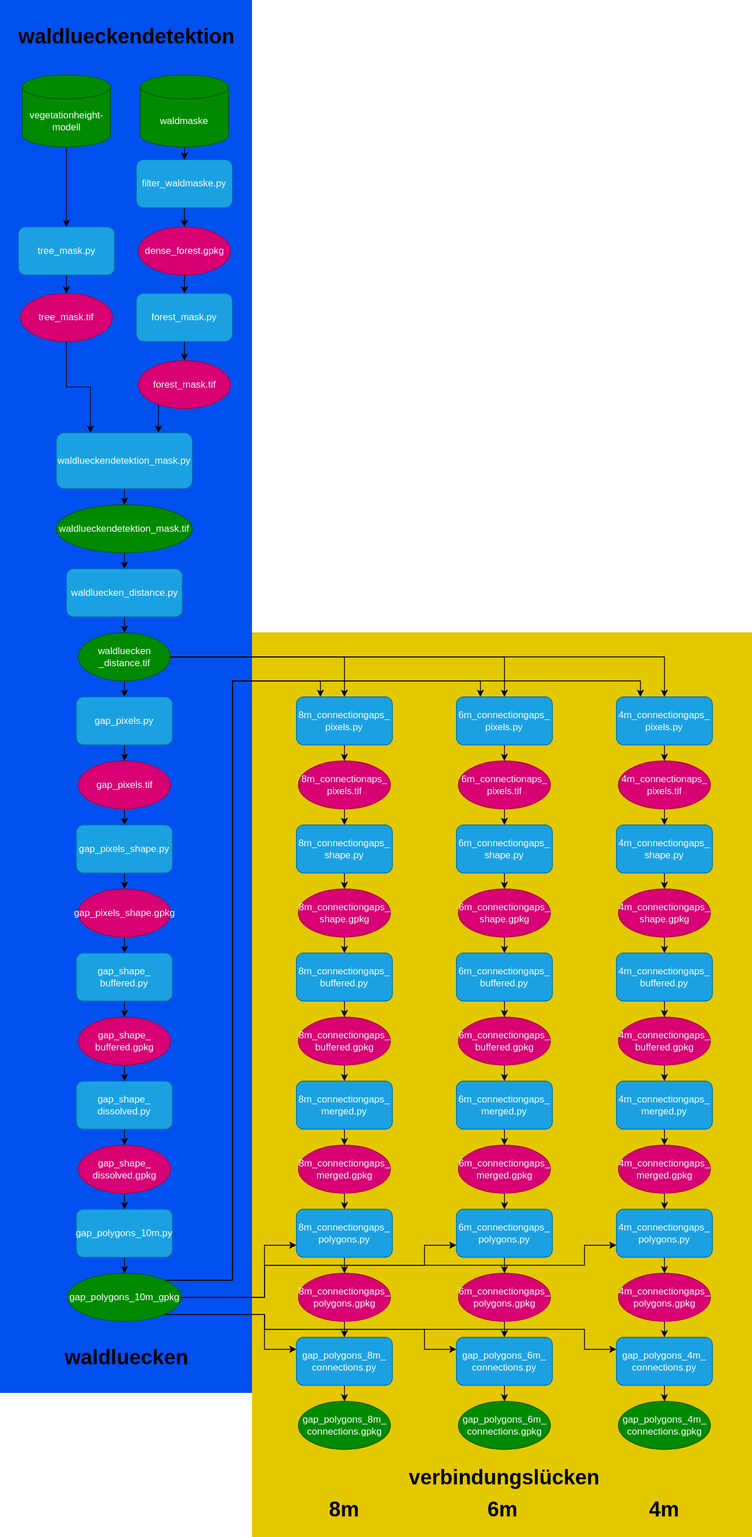
Earlier version of the draw.io export Lueckendetektion_scripts.drawio.svg (liobio72/Lueckendetektion). Source tidied: cells renumbered, new cells last; positions are measured from the earlier drawing's top-left corner, leaving out a move shared by most shapes.
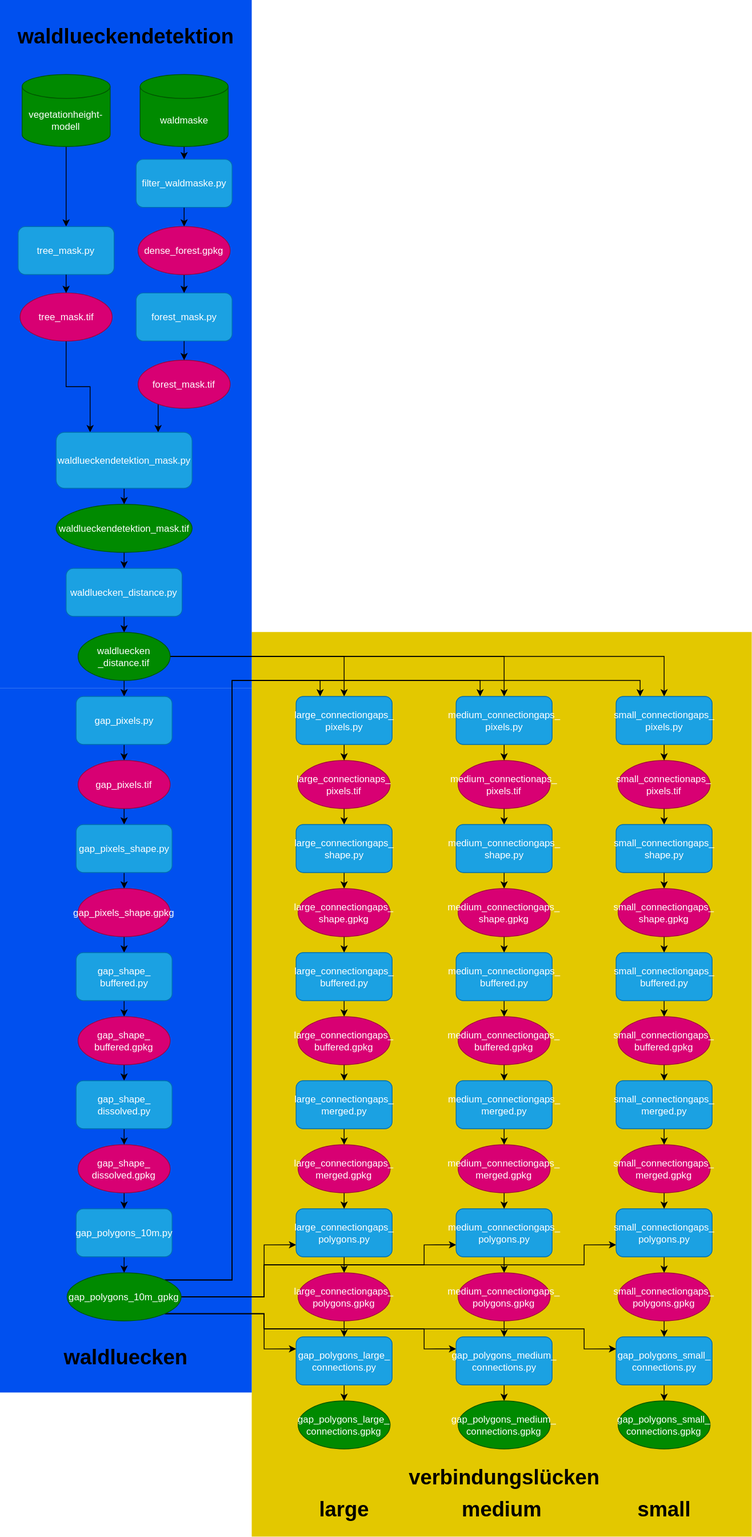
After the commit.

Change to the diagram source:
```diff
@@ -251,3 +251,3 @@
     </mxCell>
-    <mxCell id="63" value="8m_connectionaps_&lt;div&gt;pixels.tif&lt;/div&gt;" style="ellipse;whiteSpace=wrap;html=1;fillColor=#d80073;fontColor=#ffffff;strokeColor=#A50040;" parent="1" vertex="1">
+    <mxCell id="63" value="large_connectionaps_&lt;div&gt;pixels.tif&lt;/div&gt;" style="ellipse;whiteSpace=wrap;html=1;fillColor=#d80073;fontColor=#ffffff;strokeColor=#A50040;" parent="1" vertex="1">
       <mxGeometry x="702.5" y="950" width="115" height="60" as="geometry" />
@@ -257,3 +257,3 @@
     </mxCell>
-    <mxCell id="65" value="8m_connectiongaps_&lt;div&gt;shape.py&lt;/div&gt;" style="rounded=1;whiteSpace=wrap;html=1;fillColor=#1ba1e2;fontColor=#ffffff;strokeColor=#006EAF;" parent="1" vertex="1">
+    <mxCell id="65" value="large_connectiongaps_&lt;div&gt;shape.py&lt;/div&gt;" style="rounded=1;whiteSpace=wrap;html=1;fillColor=#1ba1e2;fontColor=#ffffff;strokeColor=#006EAF;" parent="1" vertex="1">
       <mxGeometry x="700" y="1030" width="120" height="60" as="geometry" />
@@ -263,3 +263,3 @@
     </mxCell>
-    <mxCell id="67" value="8m_connectiongaps_&lt;div&gt;shape.gpkg&lt;/div&gt;" style="ellipse;whiteSpace=wrap;html=1;fillColor=#d80073;fontColor=#ffffff;strokeColor=#A50040;" parent="1" vertex="1">
+    <mxCell id="67" value="large_connectiongaps_&lt;div&gt;shape.gpkg&lt;/div&gt;" style="ellipse;whiteSpace=wrap;html=1;fillColor=#d80073;fontColor=#ffffff;strokeColor=#A50040;" parent="1" vertex="1">
       <mxGeometry x="702.5" y="1110" width="115" height="60" as="geometry" />
@@ -269,3 +269,3 @@
     </mxCell>
-    <mxCell id="69" value="8m_connectiongaps_&lt;div&gt;buffered.py&lt;/div&gt;" style="rounded=1;whiteSpace=wrap;html=1;fillColor=#1ba1e2;fontColor=#ffffff;strokeColor=#006EAF;" parent="1" vertex="1">
+    <mxCell id="69" value="large_connectiongaps_&lt;div&gt;buffered.py&lt;/div&gt;" style="rounded=1;whiteSpace=wrap;html=1;fillColor=#1ba1e2;fontColor=#ffffff;strokeColor=#006EAF;" parent="1" vertex="1">
       <mxGeometry x="700" y="1190" width="120" height="60" as="geometry" />
@@ -275,3 +275,3 @@
     </mxCell>
-    <mxCell id="71" value="8m_connectiongaps_&lt;div&gt;buffered.gpkg&lt;/div&gt;" style="ellipse;whiteSpace=wrap;html=1;fillColor=#d80073;fontColor=#ffffff;strokeColor=#A50040;" parent="1" vertex="1">
+    <mxCell id="71" value="large_connectiongaps_&lt;div&gt;buffered.gpkg&lt;/div&gt;" style="ellipse;whiteSpace=wrap;html=1;fillColor=#d80073;fontColor=#ffffff;strokeColor=#A50040;" parent="1" vertex="1">
       <mxGeometry x="702.5" y="1270" width="115" height="60" as="geometry" />
@@ -281,3 +281,3 @@
     </mxCell>
-    <mxCell id="73" value="8m_connectiongaps_&lt;div&gt;polygons.py&lt;/div&gt;" style="rounded=1;whiteSpace=wrap;html=1;fillColor=#1ba1e2;fontColor=#ffffff;strokeColor=#006EAF;" parent="1" vertex="1">
+    <mxCell id="73" value="large_connectiongaps_&lt;div&gt;polygons.py&lt;/div&gt;" style="rounded=1;whiteSpace=wrap;html=1;fillColor=#1ba1e2;fontColor=#ffffff;strokeColor=#006EAF;" parent="1" vertex="1">
       <mxGeometry x="700" y="1510" width="120" height="60" as="geometry" />
@@ -287,3 +287,3 @@
     </mxCell>
-    <mxCell id="75" value="8m_connectiongaps_&lt;div&gt;merged.py&lt;/div&gt;" style="rounded=1;whiteSpace=wrap;html=1;fillColor=#1ba1e2;fontColor=#ffffff;strokeColor=#006EAF;" parent="1" vertex="1">
+    <mxCell id="75" value="large_connectiongaps_&lt;div&gt;merged.py&lt;/div&gt;" style="rounded=1;whiteSpace=wrap;html=1;fillColor=#1ba1e2;fontColor=#ffffff;strokeColor=#006EAF;" parent="1" vertex="1">
       <mxGeometry x="700" y="1350" width="120" height="60" as="geometry" />
@@ -293,3 +293,3 @@
     </mxCell>
-    <mxCell id="77" value="8m_connectiongaps_&lt;div&gt;&lt;span style=&quot;background-color: transparent; color: light-dark(rgb(255, 255, 255), rgb(18, 18, 18));&quot;&gt;merged.gpkg&lt;/span&gt;&lt;/div&gt;" style="ellipse;whiteSpace=wrap;html=1;fillColor=#d80073;fontColor=#ffffff;strokeColor=#A50040;" parent="1" vertex="1">
+    <mxCell id="77" value="large_connectiongaps_&lt;div&gt;&lt;span style=&quot;background-color: transparent; color: light-dark(rgb(255, 255, 255), rgb(18, 18, 18));&quot;&gt;merged.gpkg&lt;/span&gt;&lt;/div&gt;" style="ellipse;whiteSpace=wrap;html=1;fillColor=#d80073;fontColor=#ffffff;strokeColor=#A50040;" parent="1" vertex="1">
       <mxGeometry x="702.5" y="1430" width="115" height="60" as="geometry" />
@@ -299,6 +299,6 @@
     </mxCell>
-    <mxCell id="79" value="gap_polygons_8m_&lt;div&gt;connections.py&lt;/div&gt;" style="rounded=1;whiteSpace=wrap;html=1;fillColor=#1ba1e2;fontColor=#ffffff;strokeColor=#006EAF;" parent="1" vertex="1">
+    <mxCell id="79" value="gap_polygons_large_&lt;div&gt;connections.py&lt;/div&gt;" style="rounded=1;whiteSpace=wrap;html=1;fillColor=#1ba1e2;fontColor=#ffffff;strokeColor=#006EAF;" parent="1" vertex="1">
       <mxGeometry x="700" y="1670" width="120" height="60" as="geometry" />
     </mxCell>
-    <mxCell id="80" value="gap_polygons_8m_&lt;div&gt;connections.gpkg&lt;/div&gt;" style="ellipse;whiteSpace=wrap;html=1;fillColor=#008a00;fontColor=#ffffff;strokeColor=#005700;" parent="1" vertex="1">
+    <mxCell id="80" value="gap_polygons_large_&lt;div&gt;connections.gpkg&lt;/div&gt;" style="ellipse;whiteSpace=wrap;html=1;fillColor=#008a00;fontColor=#ffffff;strokeColor=#005700;" parent="1" vertex="1">
       <mxGeometry x="702.5" y="1750" width="115" height="60" as="geometry" />
@@ -314,3 +314,3 @@
     </mxCell>
-    <mxCell id="84" value="8m_connectiongaps_&lt;div&gt;pixels.py&lt;/div&gt;" style="rounded=1;whiteSpace=wrap;html=1;fillColor=#1ba1e2;fontColor=#ffffff;strokeColor=#006EAF;" parent="1" vertex="1">
+    <mxCell id="84" value="large_connectiongaps_&lt;div&gt;pixels.py&lt;/div&gt;" style="rounded=1;whiteSpace=wrap;html=1;fillColor=#1ba1e2;fontColor=#ffffff;strokeColor=#006EAF;" parent="1" vertex="1">
       <mxGeometry x="700" y="870" width="120" height="60" as="geometry" />
@@ -320,3 +320,3 @@
     </mxCell>
-    <mxCell id="86" value="8m_connectiongaps_&lt;div&gt;polygons.gpkg&lt;/div&gt;" style="ellipse;whiteSpace=wrap;html=1;fillColor=#d80073;fontColor=#ffffff;strokeColor=#A50040;" parent="1" vertex="1">
+    <mxCell id="86" value="large_connectiongaps_&lt;div&gt;polygons.gpkg&lt;/div&gt;" style="ellipse;whiteSpace=wrap;html=1;fillColor=#d80073;fontColor=#ffffff;strokeColor=#A50040;" parent="1" vertex="1">
       <mxGeometry x="702.5" y="1590" width="115" height="60" as="geometry" />
@@ -326,3 +326,3 @@
     </mxCell>
-    <mxCell id="88" value="6m_connectionaps_&lt;div&gt;pixels.tif&lt;/div&gt;" style="ellipse;whiteSpace=wrap;html=1;fillColor=#d80073;fontColor=#ffffff;strokeColor=#A50040;" parent="1" vertex="1">
+    <mxCell id="88" value="medium_connectionaps_&lt;div&gt;pixels.tif&lt;/div&gt;" style="ellipse;whiteSpace=wrap;html=1;fillColor=#d80073;fontColor=#ffffff;strokeColor=#A50040;" parent="1" vertex="1">
       <mxGeometry x="902.5" y="950" width="115" height="60" as="geometry" />
@@ -332,3 +332,3 @@
     </mxCell>
-    <mxCell id="90" value="6m_connectiongaps_&lt;div&gt;shape.py&lt;/div&gt;" style="rounded=1;whiteSpace=wrap;html=1;fillColor=#1ba1e2;fontColor=#ffffff;strokeColor=#006EAF;" parent="1" vertex="1">
+    <mxCell id="90" value="medium_connectiongaps_&lt;div&gt;shape.py&lt;/div&gt;" style="rounded=1;whiteSpace=wrap;html=1;fillColor=#1ba1e2;fontColor=#ffffff;strokeColor=#006EAF;" parent="1" vertex="1">
       <mxGeometry x="900" y="1030" width="120" height="60" as="geometry" />
@@ -338,3 +338,3 @@
     </mxCell>
-    <mxCell id="92" value="6m_connectiongaps_&lt;div&gt;shape.gpkg&lt;/div&gt;" style="ellipse;whiteSpace=wrap;html=1;fillColor=#d80073;fontColor=#ffffff;strokeColor=#A50040;" parent="1" vertex="1">
+    <mxCell id="92" value="medium_connectiongaps_&lt;div&gt;shape.gpkg&lt;/div&gt;" style="ellipse;whiteSpace=wrap;html=1;fillColor=#d80073;fontColor=#ffffff;strokeColor=#A50040;" parent="1" vertex="1">
       <mxGeometry x="902.5" y="1110" width="115" height="60" as="geometry" />
@@ -344,3 +344,3 @@
     </mxCell>
-    <mxCell id="94" value="6m_connectiongaps_&lt;div&gt;buffered.py&lt;/div&gt;" style="rounded=1;whiteSpace=wrap;html=1;fillColor=#1ba1e2;fontColor=#ffffff;strokeColor=#006EAF;" parent="1" vertex="1">
+    <mxCell id="94" value="medium_connectiongaps_&lt;div&gt;buffered.py&lt;/div&gt;" style="rounded=1;whiteSpace=wrap;html=1;fillColor=#1ba1e2;fontColor=#ffffff;strokeColor=#006EAF;" parent="1" vertex="1">
       <mxGeometry x="900" y="1190" width="120" height="60" as="geometry" />
@@ -350,3 +350,3 @@
     </mxCell>
-    <mxCell id="96" value="6m_connectiongaps_&lt;div&gt;buffered.gpkg&lt;/div&gt;" style="ellipse;whiteSpace=wrap;html=1;fillColor=#d80073;fontColor=#ffffff;strokeColor=#A50040;" parent="1" vertex="1">
+    <mxCell id="96" value="medium_connectiongaps_&lt;div&gt;buffered.gpkg&lt;/div&gt;" style="ellipse;whiteSpace=wrap;html=1;fillColor=#d80073;fontColor=#ffffff;strokeColor=#A50040;" parent="1" vertex="1">
       <mxGeometry x="902.5" y="1270" width="115" height="60" as="geometry" />
@@ -356,3 +356,3 @@
     </mxCell>
-    <mxCell id="98" value="6m_connectiongaps_&lt;div&gt;polygons.py&lt;/div&gt;" style="rounded=1;whiteSpace=wrap;html=1;fillColor=#1ba1e2;fontColor=#ffffff;strokeColor=#006EAF;" parent="1" vertex="1">
+    <mxCell id="98" value="medium_connectiongaps_&lt;div&gt;polygons.py&lt;/div&gt;" style="rounded=1;whiteSpace=wrap;html=1;fillColor=#1ba1e2;fontColor=#ffffff;strokeColor=#006EAF;" parent="1" vertex="1">
       <mxGeometry x="900" y="1510" width="120" height="60" as="geometry" />
@@ -362,3 +362,3 @@
     </mxCell>
-    <mxCell id="100" value="6m_connectiongaps_&lt;div&gt;merged.py&lt;/div&gt;" style="rounded=1;whiteSpace=wrap;html=1;fillColor=#1ba1e2;fontColor=#ffffff;strokeColor=#006EAF;" parent="1" vertex="1">
+    <mxCell id="100" value="medium_connectiongaps_&lt;div&gt;merged.py&lt;/div&gt;" style="rounded=1;whiteSpace=wrap;html=1;fillColor=#1ba1e2;fontColor=#ffffff;strokeColor=#006EAF;" parent="1" vertex="1">
       <mxGeometry x="900" y="1350" width="120" height="60" as="geometry" />
@@ -368,3 +368,3 @@
     </mxCell>
-    <mxCell id="102" value="6m_connectiongaps_&lt;div&gt;&lt;span style=&quot;background-color: transparent; color: light-dark(rgb(255, 255, 255), rgb(18, 18, 18));&quot;&gt;merged.gpkg&lt;/span&gt;&lt;/div&gt;" style="ellipse;whiteSpace=wrap;html=1;fillColor=#d80073;fontColor=#ffffff;strokeColor=#A50040;" parent="1" vertex="1">
+    <mxCell id="102" value="medium_connectiongaps_&lt;div&gt;&lt;span style=&quot;background-color: transparent; color: light-dark(rgb(255, 255, 255), rgb(18, 18, 18));&quot;&gt;merged.gpkg&lt;/span&gt;&lt;/div&gt;" style="ellipse;whiteSpace=wrap;html=1;fillColor=#d80073;fontColor=#ffffff;strokeColor=#A50040;" parent="1" vertex="1">
       <mxGeometry x="902.5" y="1430" width="115" height="60" as="geometry" />
@@ -374,6 +374,6 @@
     </mxCell>
-    <mxCell id="104" value="gap_polygons_6m_&lt;div&gt;connections.py&lt;/div&gt;" style="rounded=1;whiteSpace=wrap;html=1;fillColor=#1ba1e2;fontColor=#ffffff;strokeColor=#006EAF;" parent="1" vertex="1">
+    <mxCell id="104" value="gap_polygons_medium_&lt;div&gt;connections.py&lt;/div&gt;" style="rounded=1;whiteSpace=wrap;html=1;fillColor=#1ba1e2;fontColor=#ffffff;strokeColor=#006EAF;" parent="1" vertex="1">
       <mxGeometry x="900" y="1670" width="120" height="60" as="geometry" />
     </mxCell>
-    <mxCell id="105" value="gap_polygons_6m_&lt;div&gt;connections.gpkg&lt;/div&gt;" style="ellipse;whiteSpace=wrap;html=1;fillColor=#008a00;fontColor=#ffffff;strokeColor=#005700;" parent="1" vertex="1">
+    <mxCell id="105" value="gap_polygons_medium_&lt;div&gt;connections.gpkg&lt;/div&gt;" style="ellipse;whiteSpace=wrap;html=1;fillColor=#008a00;fontColor=#ffffff;strokeColor=#005700;" parent="1" vertex="1">
       <mxGeometry x="902.5" y="1750" width="115" height="60" as="geometry" />
@@ -383,3 +383,3 @@
     </mxCell>
-    <mxCell id="107" value="6m_connectiongaps_&lt;div&gt;pixels.py&lt;/div&gt;" style="rounded=1;whiteSpace=wrap;html=1;fillColor=#1ba1e2;fontColor=#ffffff;strokeColor=#006EAF;" parent="1" vertex="1">
+    <mxCell id="107" value="medium_connectiongaps_&lt;div&gt;pixels.py&lt;/div&gt;" style="rounded=1;whiteSpace=wrap;html=1;fillColor=#1ba1e2;fontColor=#ffffff;strokeColor=#006EAF;" parent="1" vertex="1">
       <mxGeometry x="900" y="870" width="120" height="60" as="geometry" />
@@ -389,3 +389,3 @@
     </mxCell>
-    <mxCell id="109" value="6m_connectiongaps_&lt;div&gt;polygons.gpkg&lt;/div&gt;" style="ellipse;whiteSpace=wrap;html=1;fillColor=#d80073;fontColor=#ffffff;strokeColor=#A50040;" parent="1" vertex="1">
+    <mxCell id="109" value="medium_connectiongaps_&lt;div&gt;polygons.gpkg&lt;/div&gt;" style="ellipse;whiteSpace=wrap;html=1;fillColor=#d80073;fontColor=#ffffff;strokeColor=#A50040;" parent="1" vertex="1">
       <mxGeometry x="902.5" y="1590" width="115" height="60" as="geometry" />
@@ -395,3 +395,3 @@
     </mxCell>
-    <mxCell id="111" value="4m_connectionaps_&lt;div&gt;pixels.tif&lt;/div&gt;" style="ellipse;whiteSpace=wrap;html=1;fillColor=#d80073;fontColor=#ffffff;strokeColor=#A50040;" parent="1" vertex="1">
+    <mxCell id="111" value="small_connectionaps_&lt;div&gt;pixels.tif&lt;/div&gt;" style="ellipse;whiteSpace=wrap;html=1;fillColor=#d80073;fontColor=#ffffff;strokeColor=#A50040;" parent="1" vertex="1">
       <mxGeometry x="1102.5" y="950" width="115" height="60" as="geometry" />
@@ -401,3 +401,3 @@
     </mxCell>
-    <mxCell id="113" value="4m_connectiongaps_&lt;div&gt;shape.py&lt;/div&gt;" style="rounded=1;whiteSpace=wrap;html=1;fillColor=#1ba1e2;fontColor=#ffffff;strokeColor=#006EAF;" parent="1" vertex="1">
+    <mxCell id="113" value="small_connectiongaps_&lt;div&gt;shape.py&lt;/div&gt;" style="rounded=1;whiteSpace=wrap;html=1;fillColor=#1ba1e2;fontColor=#ffffff;strokeColor=#006EAF;" parent="1" vertex="1">
       <mxGeometry x="1100" y="1030" width="120" height="60" as="geometry" />
@@ -407,3 +407,3 @@
     </mxCell>
-    <mxCell id="115" value="4m_connectiongaps_&lt;div&gt;shape.gpkg&lt;/div&gt;" style="ellipse;whiteSpace=wrap;html=1;fillColor=#d80073;fontColor=#ffffff;strokeColor=#A50040;" parent="1" vertex="1">
+    <mxCell id="115" value="small_connectiongaps_&lt;div&gt;shape.gpkg&lt;/div&gt;" style="ellipse;whiteSpace=wrap;html=1;fillColor=#d80073;fontColor=#ffffff;strokeColor=#A50040;" parent="1" vertex="1">
       <mxGeometry x="1102.5" y="1110" width="115" height="60" as="geometry" />
@@ -413,3 +413,3 @@
     </mxCell>
-    <mxCell id="117" value="4m_connectiongaps_&lt;div&gt;buffered.py&lt;/div&gt;" style="rounded=1;whiteSpace=wrap;html=1;fillColor=#1ba1e2;fontColor=#ffffff;strokeColor=#006EAF;" parent="1" vertex="1">
+    <mxCell id="117" value="small_connectiongaps_&lt;div&gt;buffered.py&lt;/div&gt;" style="rounded=1;whiteSpace=wrap;html=1;fillColor=#1ba1e2;fontColor=#ffffff;strokeColor=#006EAF;" parent="1" vertex="1">
       <mxGeometry x="1100" y="1190" width="120" height="60" as="geometry" />
@@ -419,3 +419,3 @@
     </mxCell>
-    <mxCell id="119" value="4m_connectiongaps_&lt;div&gt;buffered.gpkg&lt;/div&gt;" style="ellipse;whiteSpace=wrap;html=1;fillColor=#d80073;fontColor=#ffffff;strokeColor=#A50040;" parent="1" vertex="1">
+    <mxCell id="119" value="small_connectiongaps_&lt;div&gt;buffered.gpkg&lt;/div&gt;" style="ellipse;whiteSpace=wrap;html=1;fillColor=#d80073;fontColor=#ffffff;strokeColor=#A50040;" parent="1" vertex="1">
       <mxGeometry x="1102.5" y="1270" width="115" height="60" as="geometry" />
@@ -425,3 +425,3 @@
     </mxCell>
-    <mxCell id="121" value="4m_connectiongaps_&lt;div&gt;polygons.py&lt;/div&gt;" style="rounded=1;whiteSpace=wrap;html=1;fillColor=#1ba1e2;fontColor=#ffffff;strokeColor=#006EAF;" parent="1" vertex="1">
+    <mxCell id="121" value="small_connectiongaps_&lt;div&gt;polygons.py&lt;/div&gt;" style="rounded=1;whiteSpace=wrap;html=1;fillColor=#1ba1e2;fontColor=#ffffff;strokeColor=#006EAF;" parent="1" vertex="1">
       <mxGeometry x="1100" y="1510" width="120" height="60" as="geometry" />
@@ -431,3 +431,3 @@
     </mxCell>
-    <mxCell id="123" value="4m_connectiongaps_&lt;div&gt;merged.py&lt;/div&gt;" style="rounded=1;whiteSpace=wrap;html=1;fillColor=#1ba1e2;fontColor=#ffffff;strokeColor=#006EAF;" parent="1" vertex="1">
+    <mxCell id="123" value="small_connectiongaps_&lt;div&gt;merged.py&lt;/div&gt;" style="rounded=1;whiteSpace=wrap;html=1;fillColor=#1ba1e2;fontColor=#ffffff;strokeColor=#006EAF;" parent="1" vertex="1">
       <mxGeometry x="1100" y="1350" width="120" height="60" as="geometry" />
@@ -437,3 +437,3 @@
     </mxCell>
-    <mxCell id="125" value="4m_connectiongaps_&lt;div&gt;&lt;span style=&quot;background-color: transparent; color: light-dark(rgb(255, 255, 255), rgb(18, 18, 18));&quot;&gt;merged.gpkg&lt;/span&gt;&lt;/div&gt;" style="ellipse;whiteSpace=wrap;html=1;fillColor=#d80073;fontColor=#ffffff;strokeColor=#A50040;" parent="1" vertex="1">
+    <mxCell id="125" value="small_connectiongaps_&lt;div&gt;&lt;span style=&quot;background-color: transparent; color: light-dark(rgb(255, 255, 255), rgb(18, 18, 18));&quot;&gt;merged.gpkg&lt;/span&gt;&lt;/div&gt;" style="ellipse;whiteSpace=wrap;html=1;fillColor=#d80073;fontColor=#ffffff;strokeColor=#A50040;" parent="1" vertex="1">
       <mxGeometry x="1102.5" y="1430" width="115" height="60" as="geometry" />
@@ -443,6 +443,6 @@
     </mxCell>
-    <mxCell id="127" value="gap_polygons_4m_&lt;div&gt;connections.py&lt;/div&gt;" style="rounded=1;whiteSpace=wrap;html=1;fillColor=#1ba1e2;fontColor=#ffffff;strokeColor=#006EAF;" parent="1" vertex="1">
+    <mxCell id="127" value="gap_polygons_small_&lt;div&gt;connections.py&lt;/div&gt;" style="rounded=1;whiteSpace=wrap;html=1;fillColor=#1ba1e2;fontColor=#ffffff;strokeColor=#006EAF;" parent="1" vertex="1">
       <mxGeometry x="1100" y="1670" width="120" height="60" as="geometry" />
     </mxCell>
-    <mxCell id="128" value="gap_polygons_4m_&lt;div&gt;connections.gpkg&lt;/div&gt;" style="ellipse;whiteSpace=wrap;html=1;fillColor=#008a00;fontColor=#ffffff;strokeColor=#005700;" parent="1" vertex="1">
+    <mxCell id="128" value="gap_polygons_small_&lt;div&gt;connections.gpkg&lt;/div&gt;" style="ellipse;whiteSpace=wrap;html=1;fillColor=#008a00;fontColor=#ffffff;strokeColor=#005700;" parent="1" vertex="1">
       <mxGeometry x="1102.5" y="1750" width="115" height="60" as="geometry" />
@@ -452,3 +452,3 @@
     </mxCell>
-    <mxCell id="130" value="4m_connectiongaps_&lt;div&gt;pixels.py&lt;/div&gt;" style="rounded=1;whiteSpace=wrap;html=1;fillColor=#1ba1e2;fontColor=#ffffff;strokeColor=#006EAF;" parent="1" vertex="1">
+    <mxCell id="130" value="small_connectiongaps_&lt;div&gt;pixels.py&lt;/div&gt;" style="rounded=1;whiteSpace=wrap;html=1;fillColor=#1ba1e2;fontColor=#ffffff;strokeColor=#006EAF;" parent="1" vertex="1">
       <mxGeometry x="1100" y="870" width="120" height="60" as="geometry" />
@@ -458,3 +458,3 @@
     </mxCell>
-    <mxCell id="132" value="4m_connectiongaps_&lt;div&gt;polygons.gpkg&lt;/div&gt;" style="ellipse;whiteSpace=wrap;html=1;fillColor=#d80073;fontColor=#ffffff;strokeColor=#A50040;" parent="1" vertex="1">
+    <mxCell id="132" value="small_connectiongaps_&lt;div&gt;polygons.gpkg&lt;/div&gt;" style="ellipse;whiteSpace=wrap;html=1;fillColor=#d80073;fontColor=#ffffff;strokeColor=#A50040;" parent="1" vertex="1">
       <mxGeometry x="1102.5" y="1590" width="115" height="60" as="geometry" />
@@ -470,9 +470,9 @@
     </mxCell>
-    <mxCell id="136" value="8m" style="text;html=1;whiteSpace=wrap;strokeColor=none;fillColor=none;align=center;verticalAlign=middle;rounded=0;fontStyle=1;fontSize=26;" parent="1" vertex="1">
+    <mxCell id="136" value="large" style="text;html=1;whiteSpace=wrap;strokeColor=none;fillColor=none;align=center;verticalAlign=middle;rounded=0;fontStyle=1;fontSize=26;" parent="1" vertex="1">
       <mxGeometry x="730" y="1870" width="60" height="30" as="geometry" />
     </mxCell>
-    <mxCell id="137" value="6m" style="text;html=1;whiteSpace=wrap;strokeColor=none;fillColor=none;align=center;verticalAlign=middle;rounded=0;fontStyle=1;fontSize=26;" parent="1" vertex="1">
+    <mxCell id="137" value="medium" style="text;html=1;whiteSpace=wrap;strokeColor=none;fillColor=none;align=center;verticalAlign=middle;rounded=0;fontStyle=1;fontSize=26;" parent="1" vertex="1">
       <mxGeometry x="927.5" y="1870" width="60" height="30" as="geometry" />
     </mxCell>
-    <mxCell id="138" value="4m" style="text;html=1;whiteSpace=wrap;strokeColor=none;fillColor=none;align=center;verticalAlign=middle;rounded=0;fontStyle=1;fontSize=26;" parent="1" vertex="1">
+    <mxCell id="138" value="small" style="text;html=1;whiteSpace=wrap;strokeColor=none;fillColor=none;align=center;verticalAlign=middle;rounded=0;fontStyle=1;fontSize=26;" parent="1" vertex="1">
       <mxGeometry x="1130" y="1870" width="60" height="30" as="geometry" />
```
